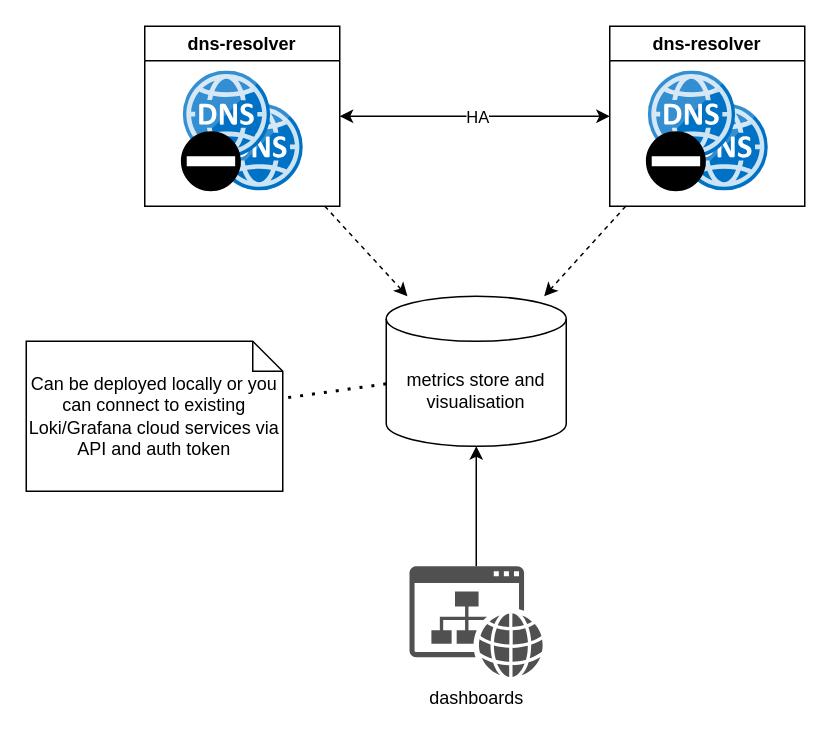
This is page "overview" (1 of 3) of .files/ha-sinkhole-architecture.drawio from davison/ha-sinkhole, a draw.io file, before an edit. Source tidied: cells renumbered, new cells numbered last; positions are measured from the earlier drawing's top-left corner, leaving out a move shared by most shapes. Both pictures are drawn from the tidied source at 150%, with x=0, y=0 at pixel (26, 26).
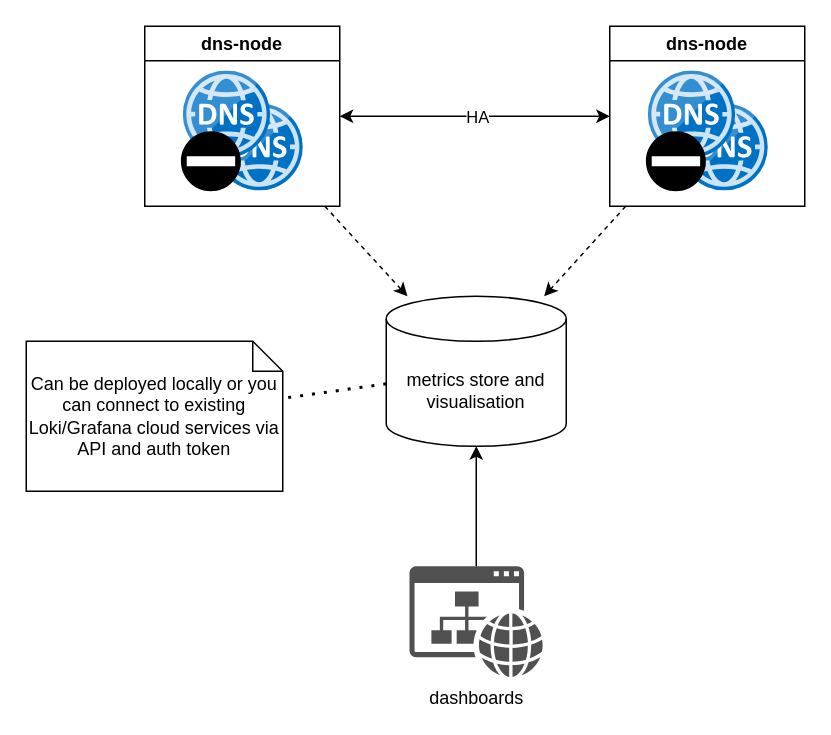
The same diagram, later.

The edit, as a diff of the source:
```diff
@@
-    <mxCell id="2" value="dns-resolver" style="swimlane;whiteSpace=wrap;html=1;" parent="1" vertex="1">
+    <mxCell id="2" value="dns-node" style="swimlane;whiteSpace=wrap;html=1;" parent="1" vertex="1">
       <mxGeometry x="79" width="130" height="120" as="geometry" />
     </mxCell>
@@
-    <mxCell id="9" value="dns-resolver" style="swimlane;whiteSpace=wrap;html=1;" parent="1" vertex="1">
+    <mxCell id="9" value="dns-node" style="swimlane;whiteSpace=wrap;html=1;" parent="1" vertex="1">
       <mxGeometry x="389" width="130" height="120" as="geometry" />
     </mxCell>
```
